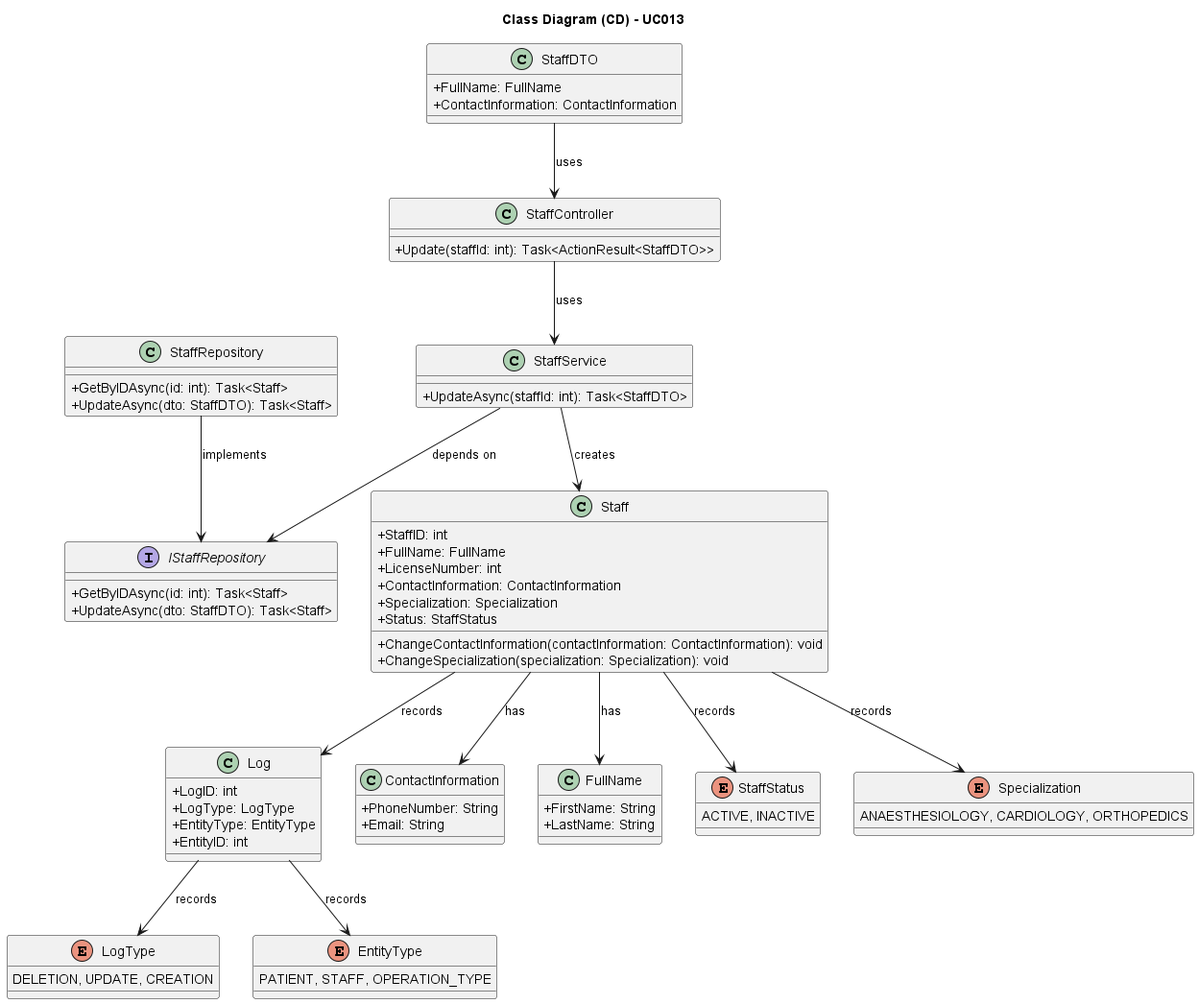
The PlantUML diagram docs/SprintA/UseCases/UC013/03.design/png/uc013-class-diagram.png in 1221124/sem5pi-24-25-g031, before a commit. The source it was exported from:
```plantuml
@startuml
skinparam packageStyle rectangle
skinparam shadowing false

skinparam classAttributeIconSize 0

title Class Diagram (CD) - UC013

class StaffController {
    + Update(staffId: int): Task<ActionResult<StaffDTO>>
}

class StaffService {
    + UpdateAsync(staffId: int): Task<StaffDTO>
}

class Staff {
    + StaffID: int
    + FullName: FullName
    + LicenseNumber: int
    + ContactInformation: ContactInformation
    + Specialization: Specialization
    + Status: StaffStatus
    + ChangeContactInformation(contactInformation: ContactInformation): void
    + ChangeSpecialization(specialization: Specialization): void
}

class Log{
    + LogID: int
    + LogType: LogType
    + EntityType: EntityType
    + EntityID: int
}

class StaffDTO {
    + FullName: FullName
    + ContactInformation: ContactInformation
}

class ContactInformation{
    + PhoneNumber: String
    + Email: String
}

class FullName{
    + FirstName: String
    + LastName: String
}

enum LogType {
    DELETION, UPDATE, CREATION
}

enum EntityType {
    PATIENT, STAFF, OPERATION_TYPE
}

enum StaffStatus {
    ACTIVE, INACTIVE
}

enum Specialization{
    ANAESTHESIOLOGY, CARDIOLOGY, ORTHOPEDICS
}

interface IStaffRepository {
    + GetByIDAsync(id: int): Task<Staff>
    + UpdateAsync(dto: StaffDTO): Task<Staff>
}

class StaffRepository {
    + GetByIDAsync(id: int): Task<Staff>
    + UpdateAsync(dto: StaffDTO): Task<Staff>
}

StaffDTO --> StaffController : uses
StaffController --> StaffService : uses
StaffService --> Staff : creates
StaffService --> IStaffRepository : depends on
StaffRepository --> IStaffRepository : implements
Staff --> ContactInformation : has
Staff --> FullName : has
Staff --> StaffStatus : records
Staff --> Specialization : records
Staff --> Log : records
Log --> LogType : records
Log --> EntityType : records

@enduml
```
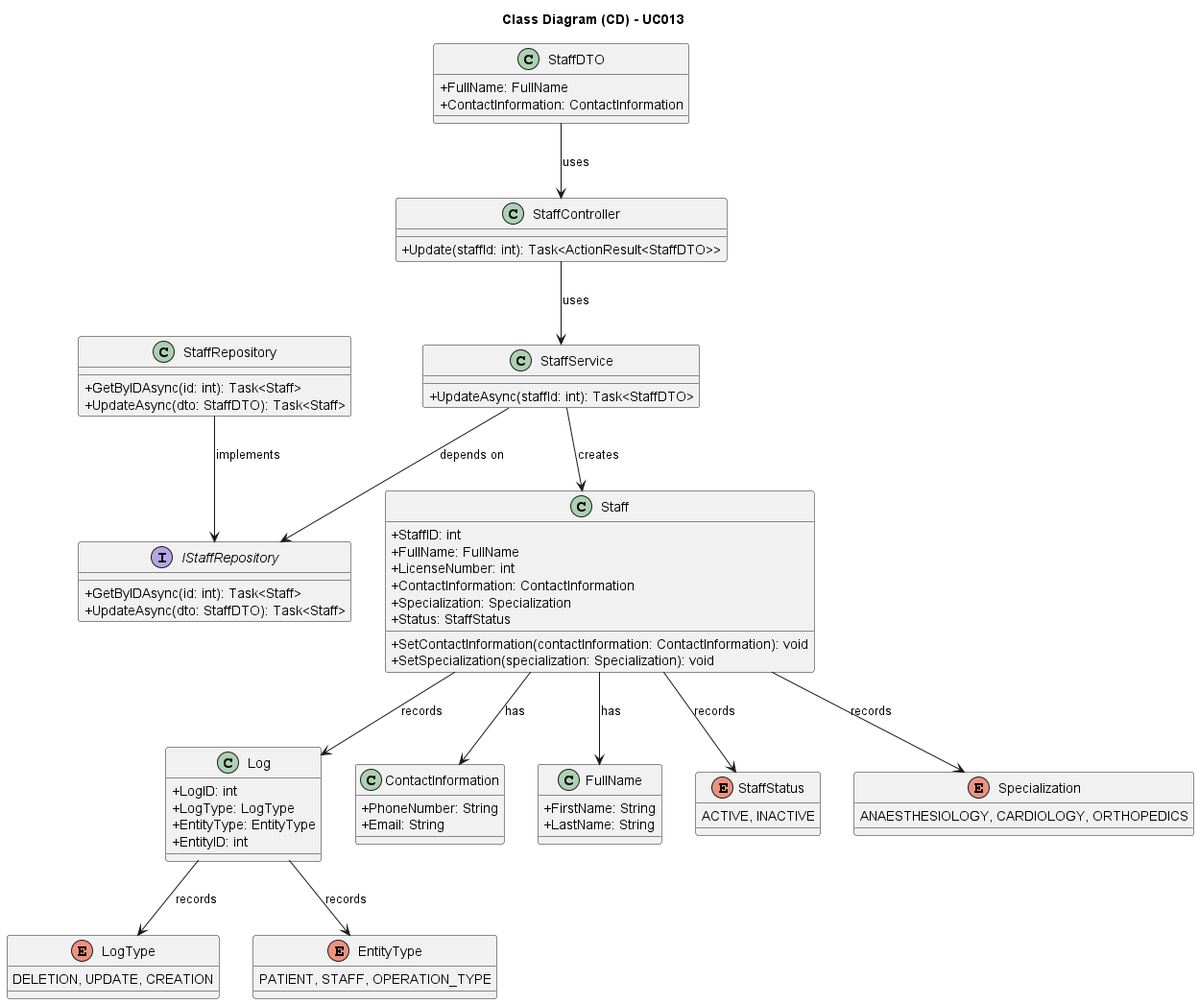
Above is the later version.

The edit, as a diff of the source:
```diff
@@ -21,8 +21,8 @@
     + ContactInformation: ContactInformation
     + Specialization: Specialization
     + Status: StaffStatus
-    + ChangeContactInformation(contactInformation: ContactInformation): void
-    + ChangeSpecialization(specialization: Specialization): void
+    + SetContactInformation(contactInformation: ContactInformation): void
+    + SetSpecialization(specialization: Specialization): void
 }
 
 class Log{
```
